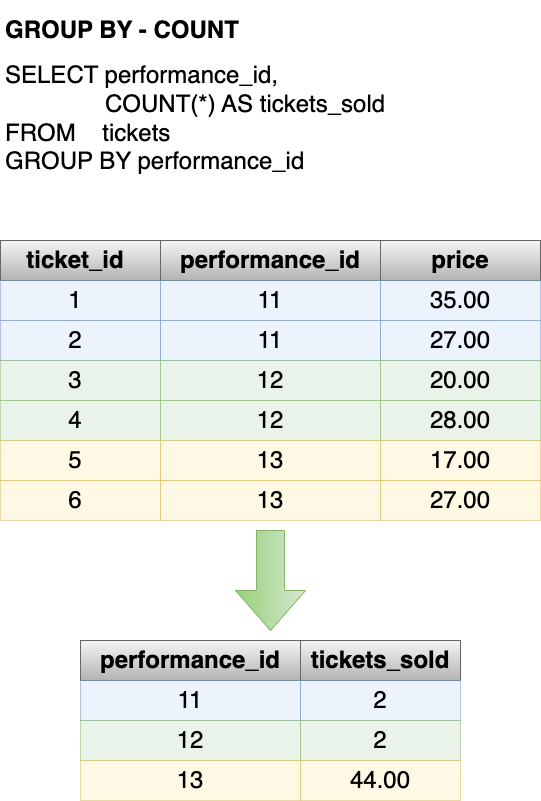
Before: docs/presentations/sql/grouping/images/CountTickets.drawio.png, a diagram exported from draw.io (chipzx92/DataEngineeringI320). Source tidied: cells renumbered, new cells last; positions are measured from the earlier drawing's top-left corner, leaving out a move shared by most shapes.
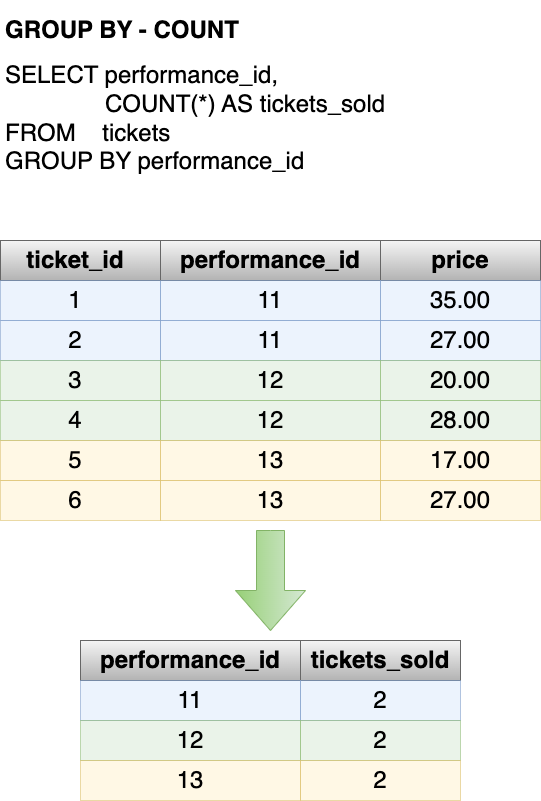
After the change.

Diff of the diagram source:
```diff
@@ -173,7 +173,7 @@
     <mxCell id="58" value="2" style="text;html=1;strokeColor=none;fillColor=none;align=center;verticalAlign=middle;whiteSpace=wrap;rounded=0;fontSize=24;opacity=50;" parent="1" vertex="1">
       <mxGeometry x="350" y="715" width="60" height="30" as="geometry" />
     </mxCell>
-    <mxCell id="59" value="44.00" style="text;html=1;strokeColor=none;fillColor=none;align=center;verticalAlign=middle;whiteSpace=wrap;rounded=0;fontSize=24;opacity=50;" parent="1" vertex="1">
+    <mxCell id="59" value="2" style="text;html=1;strokeColor=none;fillColor=none;align=center;verticalAlign=middle;whiteSpace=wrap;rounded=0;fontSize=24;opacity=50;" parent="1" vertex="1">
       <mxGeometry x="350" y="755" width="60" height="30" as="geometry" />
     </mxCell>
     <mxCell id="60" style="html=1;shadow=0;dashed=0;align=center;verticalAlign=middle;shape=mxgraph.arrows2.arrow;dy=0.6;dx=40;direction=south;notch=0;fillColor=#d5e8d4;gradientColor=#97d077;strokeColor=#82b366;" parent="1" vertex="1">
```
